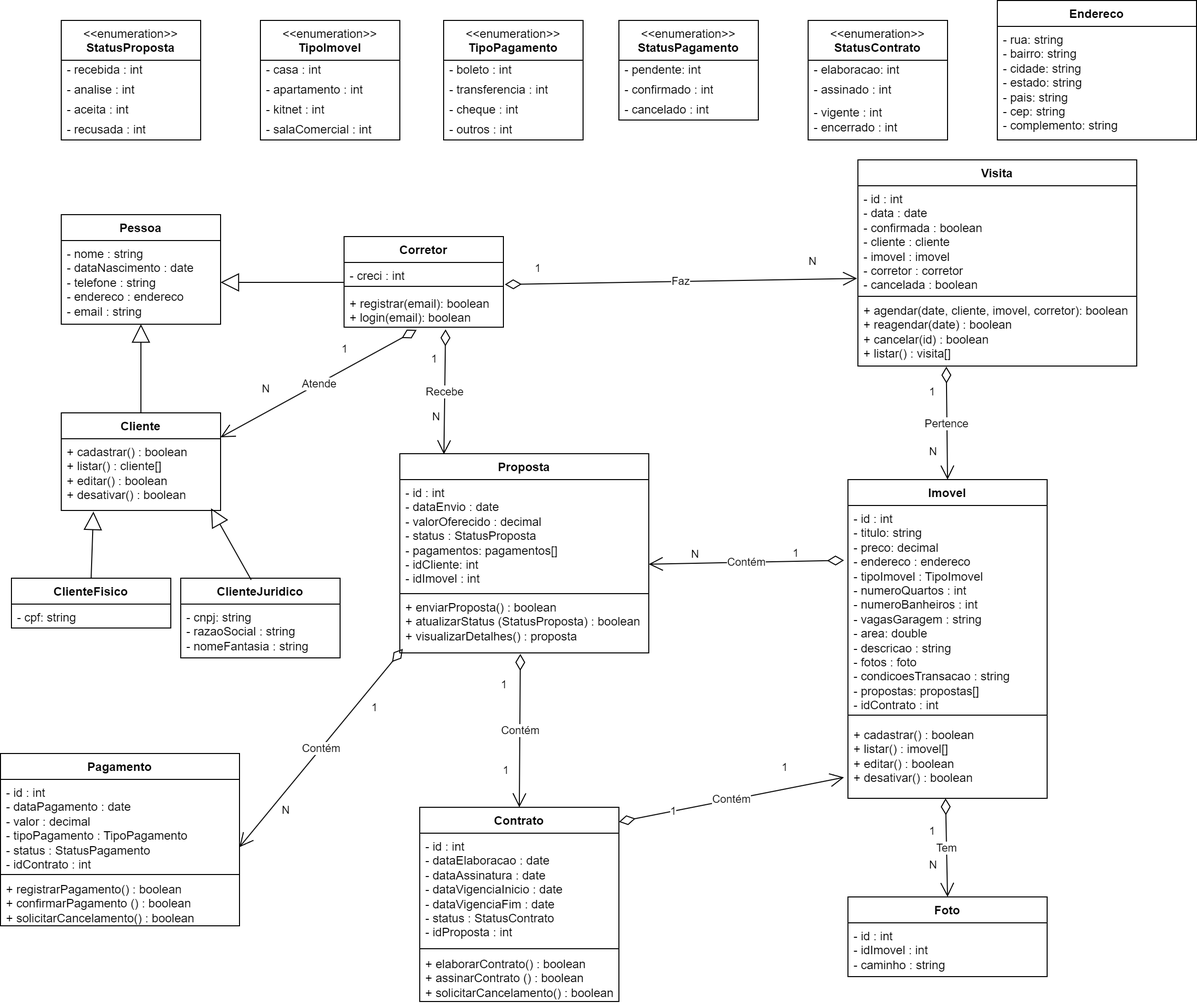
Above: diagrams/classe/classe.drawio.png in israel-bsi/realtyhub (draw.io), before the change. Source tidied: cells renumbered, new cells last; positions are measured from the earlier drawing's top-left corner, leaving out a move shared by most shapes.
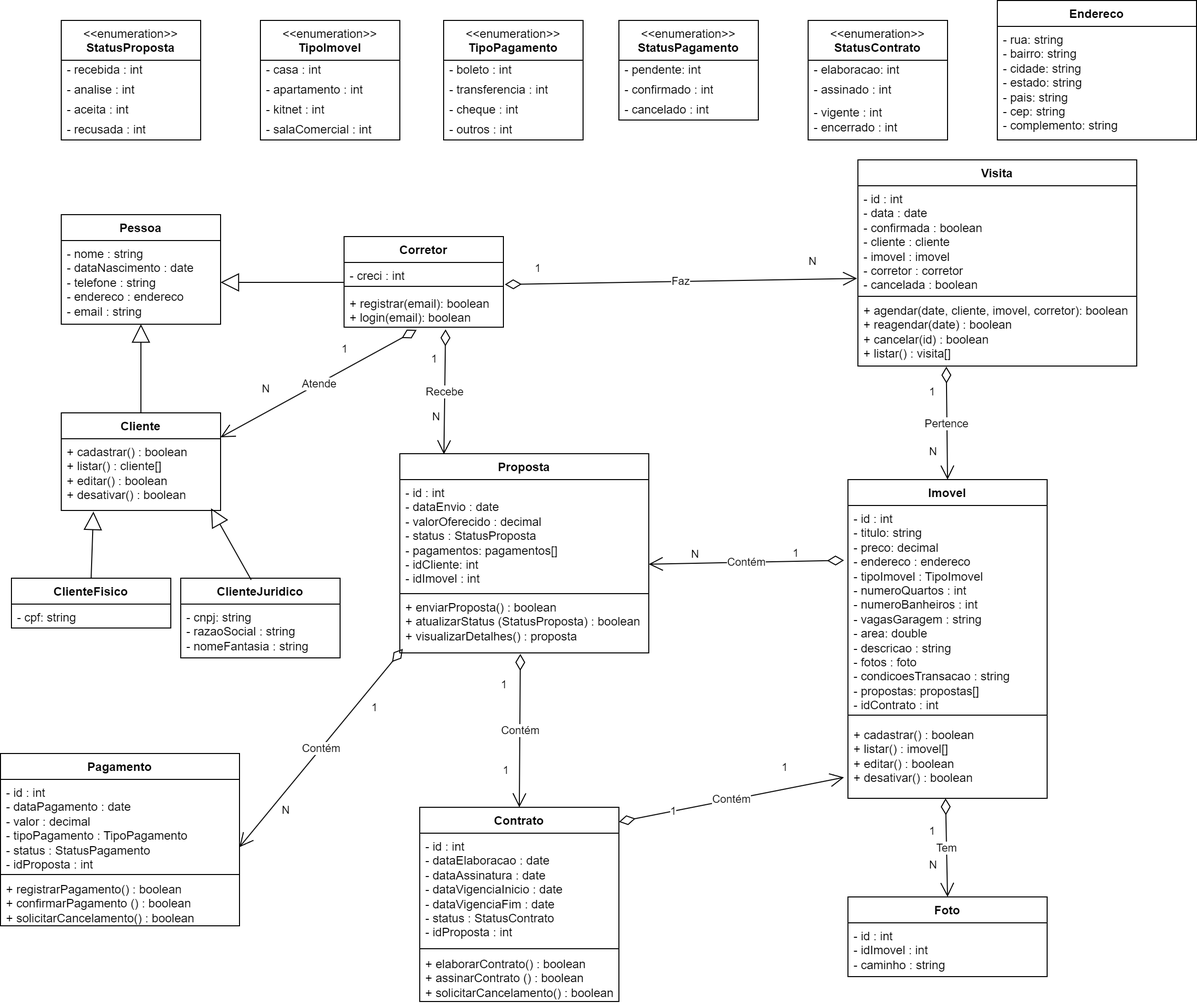
After the change.

Commit message:
[Doc] Corrigido atributo idProposta na classe Pagamento no diagrama de classe

The edit, as a diff of the source:
```diff
@@ -170,7 +170,7 @@
     <mxCell id="53" value="Pagamento" style="swimlane;fontStyle=1;align=center;verticalAlign=top;horizontal=1;startSize=26;whiteSpace=wrap;html=1;" parent="1" vertex="1">
       <mxGeometry y="756" width="240" height="173" as="geometry" />
     </mxCell>
-    <mxCell id="54" value="- id : int&lt;div&gt;- dataPagamento : date&lt;/div&gt;&lt;div&gt;- valor : decimal&lt;br&gt;&lt;/div&gt;&lt;div&gt;- tipoPagamento : TipoPagamento&lt;/div&gt;&lt;div&gt;- status : StatusPagamento&lt;/div&gt;&lt;div&gt;- idContrato : int&lt;/div&gt;&lt;div&gt;&lt;br&gt;&lt;/div&gt;" style="text;strokeColor=none;fillColor=none;align=left;verticalAlign=top;spacingLeft=4;spacingRight=4;overflow=hidden;points=[[0,0.5],[1,0.5]];portConstraint=eastwest;whiteSpace=wrap;html=1;" parent="53" vertex="1">
+    <mxCell id="54" value="- id : int&lt;div&gt;- dataPagamento : date&lt;/div&gt;&lt;div&gt;- valor : decimal&lt;br&gt;&lt;/div&gt;&lt;div&gt;- tipoPagamento : TipoPagamento&lt;/div&gt;&lt;div&gt;- status : StatusPagamento&lt;/div&gt;&lt;div&gt;- idProposta : int&lt;/div&gt;&lt;div&gt;&lt;br&gt;&lt;/div&gt;" style="text;strokeColor=none;fillColor=none;align=left;verticalAlign=top;spacingLeft=4;spacingRight=4;overflow=hidden;points=[[0,0.5],[1,0.5]];portConstraint=eastwest;whiteSpace=wrap;html=1;" parent="53" vertex="1">
       <mxGeometry y="26" width="240" height="94" as="geometry" />
     </mxCell>
     <mxCell id="55" style="line;strokeWidth=1;fillColor=none;align=left;verticalAlign=middle;spacingTop=-1;spacingLeft=3;spacingRight=3;labelPosition=right;strokeColor=inherit;" parent="53" vertex="1">
```
